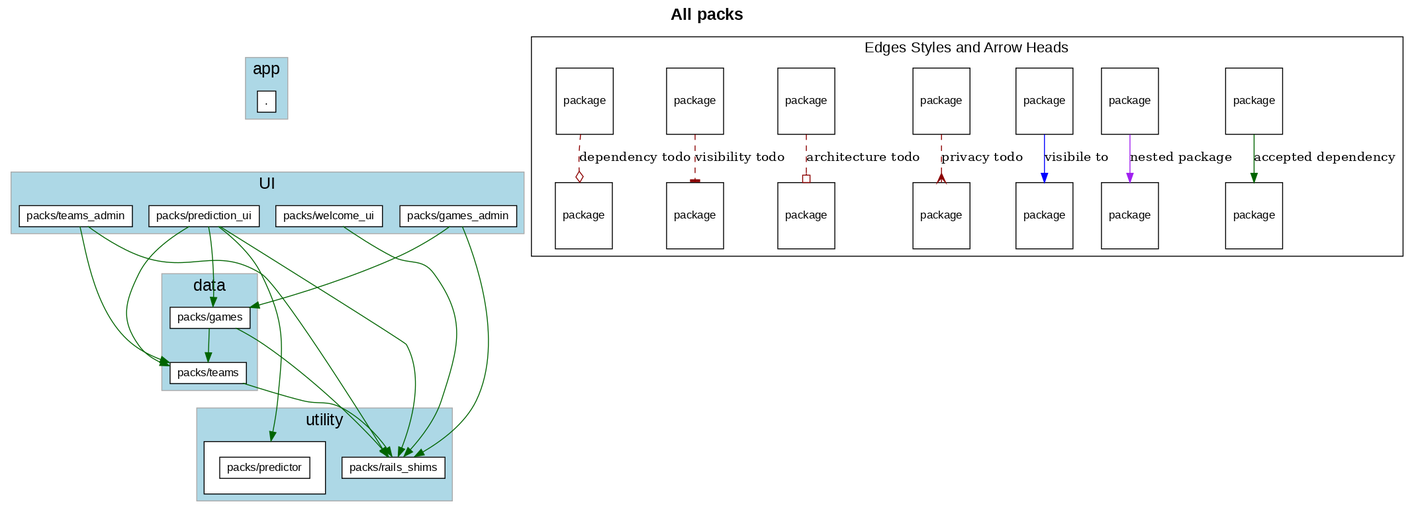
The Graphviz diagram c4s02/sportsball/c4s02_b_fixed.png in shageman/package-based-rails-applications-book, before a commit. Its source is kept beside it as c4s02/sportsball/c4s02_b_fixed.dot.
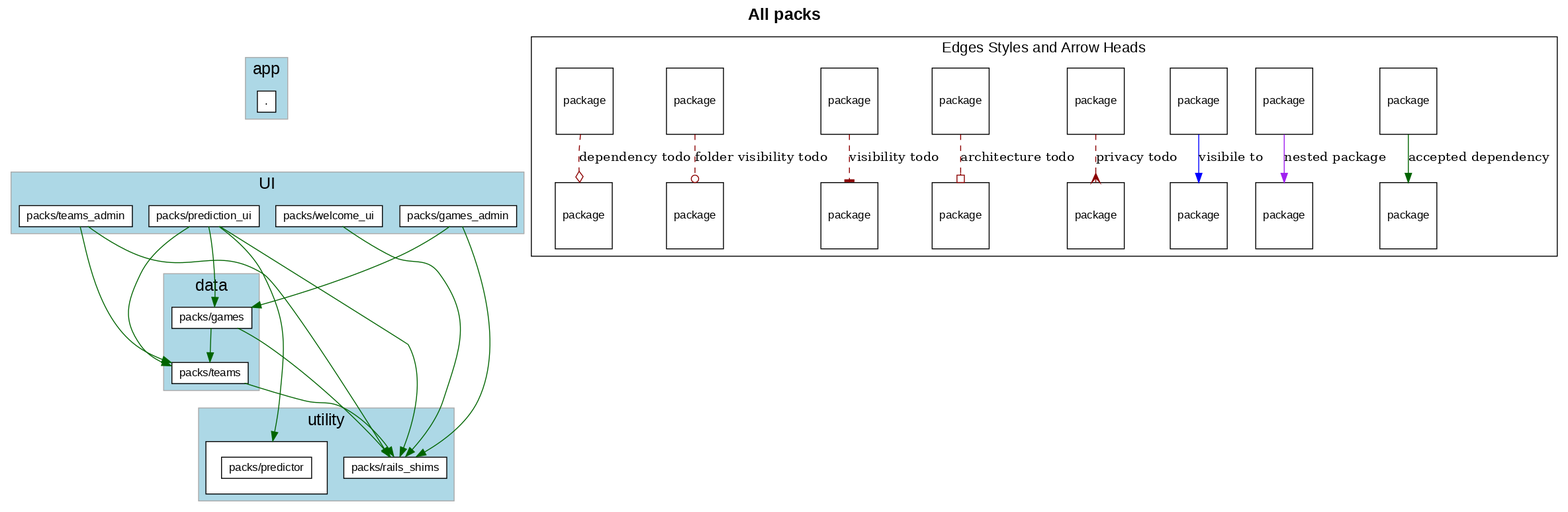
The same diagram one commit later.

Diff of the diagram source:
```diff
@@ -5,7 +5,7 @@
     fontname="Helvetica,Arial,sans-serif"
     dpi=100
     layout=dot
-    label=<<b>All packs</b>>
+    label=<<b>All packs</b><br/>>
     fontsize=18
   ]
   node [
@@ -175,12 +175,12 @@
       A [ fontsize=12 shape=box label="package"]
       B [ fontsize=12 shape=box label="package"]
       A -> B [label="accepted dependency" color=darkgreen]
-      K [ fontsize=12 shape=box label="package"]
-      L [ fontsize=12 shape=box label="package"]
-      K -> L [label="nested package" color=purple]
       M [ fontsize=12 shape=box label="package"]
       N [ fontsize=12 shape=box label="package"]
-      M -> N [label="visibile to" color=blue]
+      M -> N [label="nested package" color=purple]
+      O [ fontsize=12 shape=box label="package"]
+      P [ fontsize=12 shape=box label="package"]
+      O -> P [label="visibile to" color=blue]
       C [ fontsize=12 shape=box label="package"]
       D [ fontsize=12 shape=box label="package"]
       C -> D [label="privacy todo" color=darkred style=dashed arrowhead=crow]
@@ -192,7 +192,10 @@
       G -> H [label="visibility todo" color=darkred style=dashed arrowhead=tee]
       I [ fontsize=12 shape=box label="package"]
       J [ fontsize=12 shape=box label="package"]
-      I -> J [label="dependency todo" color=darkred style=dashed arrowhead=odiamond]
+      I -> J [label="folder visibility todo" color=darkred style=dashed arrowhead=odot]
+      K [ fontsize=12 shape=box label="package"]
+      L [ fontsize=12 shape=box label="package"]
+      K -> L [label="dependency todo" color=darkred style=dashed arrowhead=odiamond]
       LEGEND_NODE_1 [ label="" peripheries=0 height=0 width=0 style=invis ]
       LEGEND_NODE_2 [ label="" peripheries=0 height=0 width=0 style=invis ]
       LEGEND_NODE_1 -> LEGEND_NODE_2 [ style=invis ]
```
